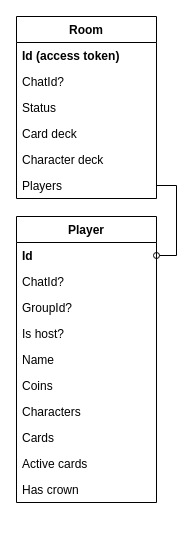
This is docs/ER diagram.drawio from AntonArtomovNM/KCAA, a draw.io file, before an edit. Source tidied: cells renumbered, new cells numbered last; positions are measured from the earlier drawing's top-left corner, leaving out a move shared by most shapes. Both pictures are drawn from the tidied source at 100%, with x=0, y=0 at pixel (16, 16).
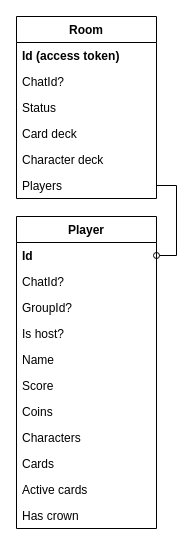
The same page after the edit.

The edit, as a diff of the source:
```diff
@@
     <mxCell id="2" value="Player" style="swimlane;fontStyle=1;horizontal=1;startSize=26;" parent="1" vertex="1">
-      <mxGeometry y="200" width="140" height="286" as="geometry" />
+      <mxGeometry y="200" width="140" height="312" as="geometry" />
     </mxCell>
@@
+    <mxCell id="21" value="Score" style="text;strokeColor=none;fillColor=none;align=left;verticalAlign=top;spacingLeft=4;spacingRight=4;overflow=hidden;" parent="2" vertex="1">
+      <mxGeometry y="156" width="140" height="26" as="geometry" />
+    </mxCell>
     <mxCell id="8" value="Coins" style="text;strokeColor=none;fillColor=none;align=left;verticalAlign=top;spacingLeft=4;spacingRight=4;overflow=hidden;" parent="2" vertex="1">
-      <mxGeometry y="156" width="140" height="26" as="geometry" />
+      <mxGeometry y="182" width="140" height="26" as="geometry" />
     </mxCell>
     <mxCell id="9" value="Characters" style="text;strokeColor=none;fillColor=none;align=left;verticalAlign=top;spacingLeft=4;spacingRight=4;overflow=hidden;" parent="2" vertex="1">
-      <mxGeometry y="182" width="140" height="26" as="geometry" />
+      <mxGeometry y="208" width="140" height="26" as="geometry" />
     </mxCell>
     <mxCell id="10" value="Cards" style="text;strokeColor=none;fillColor=none;align=left;verticalAlign=top;spacingLeft=4;spacingRight=4;overflow=hidden;" parent="2" vertex="1">
-      <mxGeometry y="208" width="140" height="26" as="geometry" />
+      <mxGeometry y="234" width="140" height="26" as="geometry" />
     </mxCell>
     <mxCell id="11" value="Active cards" style="text;strokeColor=none;fillColor=none;align=left;verticalAlign=top;spacingLeft=4;spacingRight=4;overflow=hidden;" parent="2" vertex="1">
-      <mxGeometry y="234" width="140" height="26" as="geometry" />
+      <mxGeometry y="260" width="140" height="26" as="geometry" />
     </mxCell>
     <mxCell id="12" value="Has crown" style="text;strokeColor=none;fillColor=none;align=left;verticalAlign=top;spacingLeft=4;spacingRight=4;overflow=hidden;" parent="2" vertex="1">
-      <mxGeometry y="260" width="140" height="26" as="geometry" />
+      <mxGeometry y="286" width="140" height="26" as="geometry" />
     </mxCell>
```
